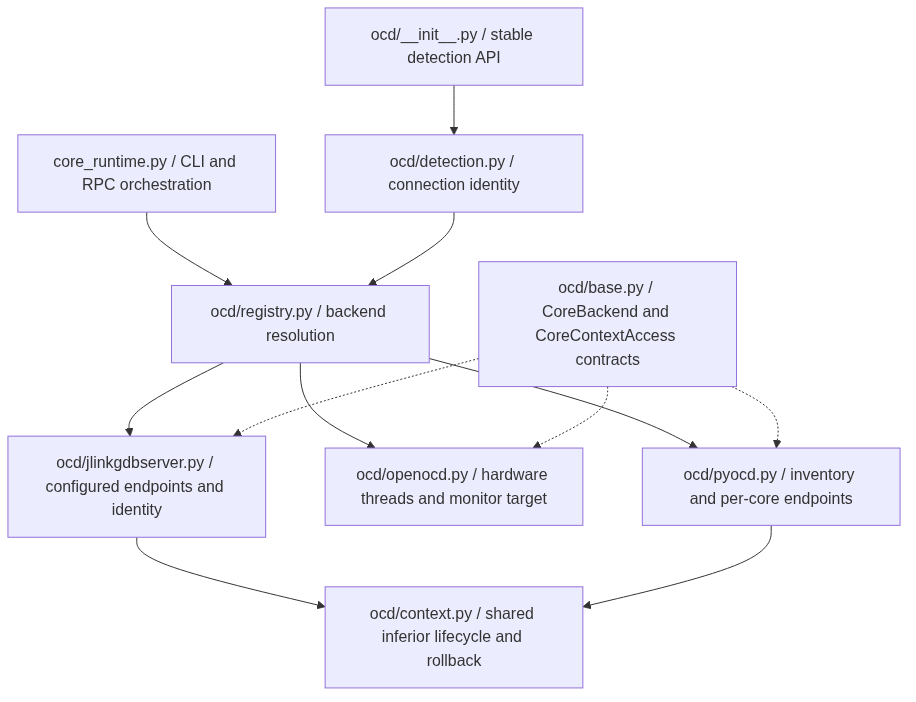
Earlier version of the Mermaid export doc/diagrams/ocd.png (h2lab/pyGdbToolkit). Its source is kept beside it as doc/diagrams/ocd.mmd.
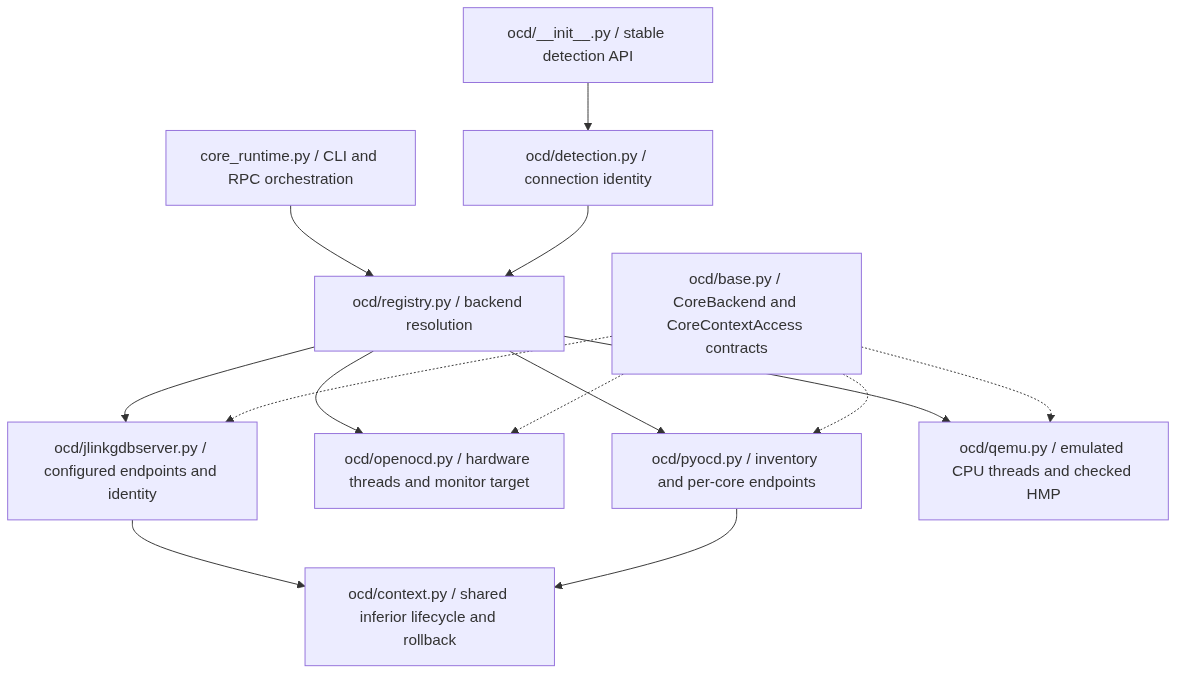
The same diagram one commit later.

What changed in the source:
```diff
@@ -5,8 +5,10 @@
     Registry --> JLink["ocd/jlinkgdbserver.py / configured endpoints and identity"]
     Registry --> OpenOCD["ocd/openocd.py / hardware threads and monitor target"]
     Registry --> PyOCD["ocd/pyocd.py / inventory and per-core endpoints"]
+    Registry --> QEMU["ocd/qemu.py / emulated CPU threads and checked HMP"]
     Base["ocd/base.py / CoreBackend and CoreContextAccess contracts"] -.-> JLink
     Base -.-> OpenOCD
     Base -.-> PyOCD
+    Base -.-> QEMU
     JLink --> Context["ocd/context.py / shared inferior lifecycle and rollback"]
     PyOCD --> Context
```
